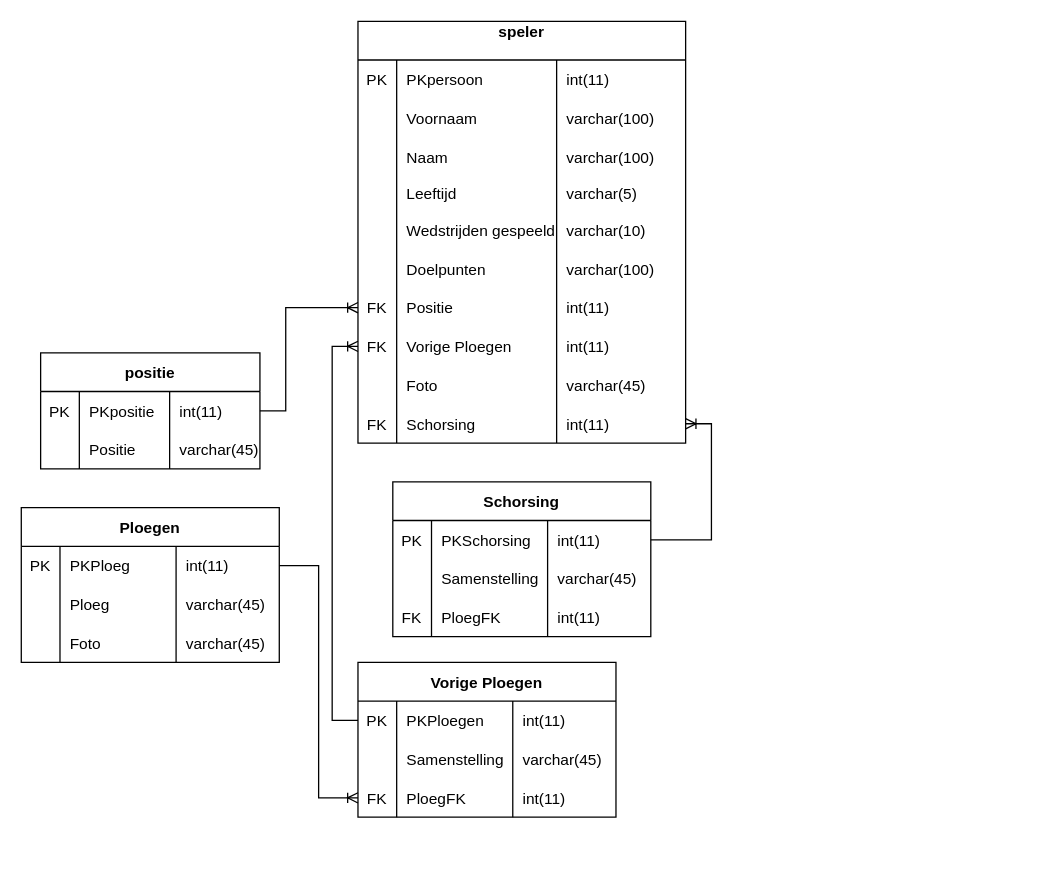
The draw.io diagram Untitled Diagram.drawio in GIP-Qual-IT/Website, before the edit. Source tidied: cells renumbered, new cells numbered last; positions are measured from the earlier drawing's top-left corner, leaving out a move shared by most shapes. Both pictures are drawn from the tidied source at 129%, with x=0, y=0 at pixel (21, 21).
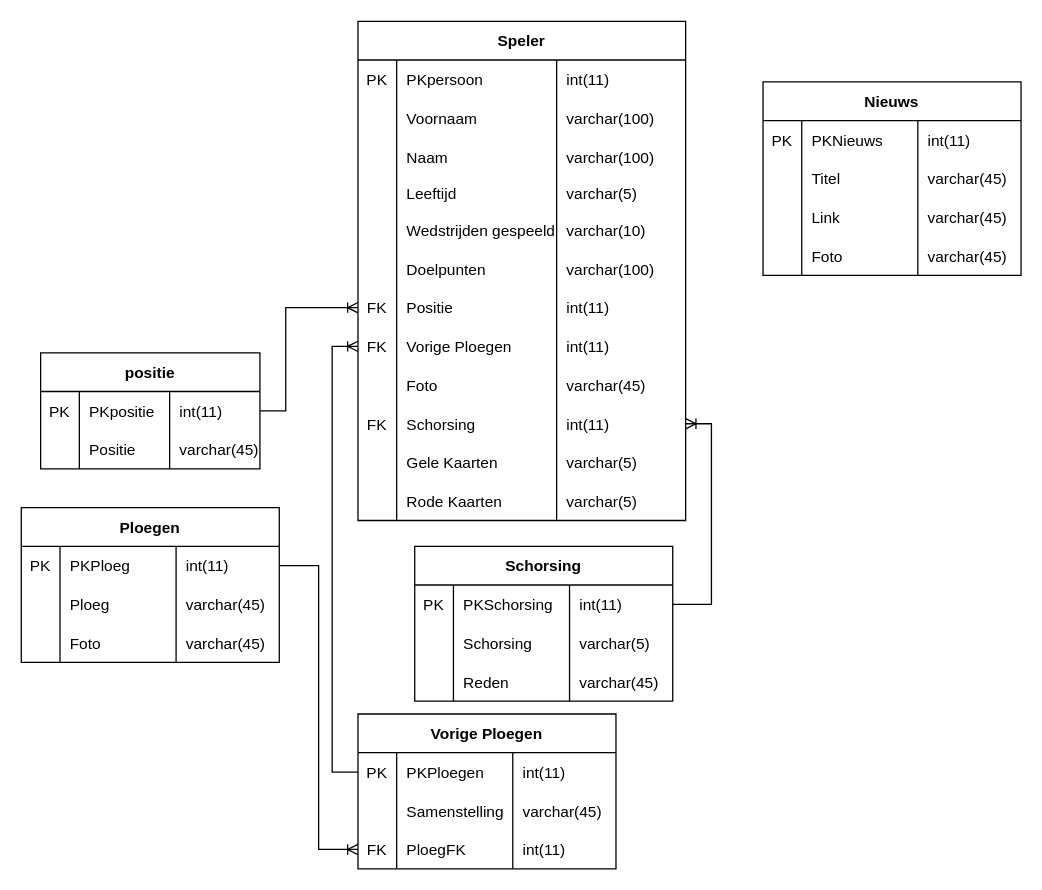
The same page after the edit.

Unchanged cells that the change refers to:
```xml
<mxCell id="52" style="shape=tableRow;horizontal=0;startSize=0;swimlaneHead=0;swimlaneBody=0;fillColor=none;points=[[0,0.5],[1,0.5]];portConstraint=eastwest;top=0;left=0;right=0;bottom=0;rounded=0;" parent="15" vertex="1">
  <mxGeometry y="297" width="254" height="30" as="geometry" />
</mxCell>
<mxCell id="82" style="shape=tableRow;horizontal=0;startSize=0;swimlaneHead=0;swimlaneBody=0;fillColor=none;points=[[0,0.5],[1,0.5]];portConstraint=eastwest;top=0;left=0;right=0;bottom=0;rounded=0;" parent="81" vertex="1">
  <mxGeometry y="30" width="200" height="30" as="geometry" />
</mxCell>
<mxCell id="86" style="shape=tableRow;horizontal=0;startSize=0;swimlaneHead=0;swimlaneBody=0;fillColor=none;top=0;left=0;right=0;bottom=0;rounded=0;" parent="81" vertex="1">
  <mxGeometry y="60" width="200" height="30" as="geometry" />
</mxCell>
<mxCell id="90" style="shape=tableRow;horizontal=0;startSize=0;swimlaneHead=0;swimlaneBody=0;fillColor=none;top=0;left=0;right=0;bottom=0;rounded=0;" parent="81" vertex="1">
  <mxGeometry y="90" width="200" height="30" as="geometry" />
</mxCell>
```

The edit, as a diff of the source:
```diff
@@
-    <mxCell id="15" value="speler&#10;" style="shape=table;startSize=30;childLayout=tableLayout;rowLines=0;fontStyle=1;align=center;rounded=0;" parent="1" vertex="1">
-      <mxGeometry x="261" width="254" height="327" as="geometry" />
+    <mxCell id="15" value="Speler" style="shape=table;startSize=30;childLayout=tableLayout;rowLines=0;fontStyle=1;align=center;rounded=0;" parent="1" vertex="1">
+      <mxGeometry x="261" width="254" height="387" as="geometry" />
     </mxCell>
@@
+    <mxCell id="95" style="shape=tableRow;horizontal=0;startSize=0;swimlaneHead=0;swimlaneBody=0;fillColor=none;top=0;left=0;right=0;bottom=0;rounded=0;" parent="15" vertex="1">
+      <mxGeometry y="327" width="254" height="30" as="geometry" />
+    </mxCell>
+    <mxCell id="96" style="shape=partialRectangle;overflow=hidden;fillColor=none;top=0;left=0;bottom=0;right=0;rounded=0;" parent="95" vertex="1">
+      <mxGeometry width="30" height="30" as="geometry" />
+    </mxCell>
+    <mxCell id="97" value="Gele Kaarten" style="shape=partialRectangle;overflow=hidden;fillColor=none;align=left;top=0;left=0;bottom=0;right=0;spacingLeft=6;rounded=0;" parent="95" vertex="1">
+      <mxGeometry x="30" width="124" height="30" as="geometry" />
+    </mxCell>
+    <mxCell id="98" value="varchar(5)" style="shape=partialRectangle;overflow=hidden;fillColor=none;align=left;top=0;left=0;bottom=0;right=0;spacingLeft=6;rounded=0;" parent="95" vertex="1">
+      <mxGeometry x="154" width="100" height="30" as="geometry" />
+    </mxCell>
+    <mxCell id="99" style="shape=tableRow;horizontal=0;startSize=0;swimlaneHead=0;swimlaneBody=0;fillColor=none;top=0;left=0;right=0;bottom=0;rounded=0;" parent="15" vertex="1">
+      <mxGeometry y="357" width="254" height="30" as="geometry" />
+    </mxCell>
+    <mxCell id="100" style="shape=partialRectangle;overflow=hidden;fillColor=none;top=0;left=0;bottom=0;right=0;rounded=0;" parent="99" vertex="1">
+      <mxGeometry width="30" height="30" as="geometry" />
+    </mxCell>
+    <mxCell id="101" value="Rode Kaarten" style="shape=partialRectangle;overflow=hidden;fillColor=none;align=left;top=0;left=0;bottom=0;right=0;spacingLeft=6;rounded=0;" parent="99" vertex="1">
+      <mxGeometry x="30" width="124" height="30" as="geometry" />
+    </mxCell>
+    <mxCell id="102" value="varchar(5)" style="shape=partialRectangle;overflow=hidden;fillColor=none;align=left;top=0;left=0;bottom=0;right=0;spacingLeft=6;rounded=0;" parent="99" vertex="1">
+      <mxGeometry x="154" width="100" height="30" as="geometry" />
+    </mxCell>
@@
     <mxCell id="66" value="Vorige Ploegen" style="shape=table;startSize=30;childLayout=tableLayout;rowLines=0;fontStyle=1;align=center;rounded=0;" parent="1" vertex="1">
-      <mxGeometry x="261" y="497" width="200" height="120" as="geometry" />
+      <mxGeometry x="261" y="537" width="200" height="120" as="geometry" />
     </mxCell>
@@
     <mxCell id="81" value="Schorsing" style="shape=table;startSize=30;childLayout=tableLayout;rowLines=0;fontStyle=1;align=center;rounded=0;" parent="1" vertex="1">
-      <mxGeometry x="288" y="357" width="200" height="120" as="geometry" />
+      <mxGeometry x="305" y="407" width="200" height="120" as="geometry" />
     </mxCell>
@@
-    <mxCell id="88" value="Samenstelling" style="shape=partialRectangle;overflow=hidden;fillColor=none;align=left;top=0;left=0;bottom=0;right=0;spacingLeft=6;rounded=0;" parent="86" vertex="1">
+    <mxCell id="88" value="Schorsing" style="shape=partialRectangle;overflow=hidden;fillColor=none;align=left;top=0;left=0;bottom=0;right=0;spacingLeft=6;rounded=0;" parent="86" vertex="1">
       <mxGeometry x="30" width="90" height="30" as="geometry" />
     </mxCell>
-    <mxCell id="89" value="varchar(45)" style="shape=partialRectangle;overflow=hidden;fillColor=none;align=left;top=0;left=0;bottom=0;right=0;spacingLeft=6;rounded=0;" parent="86" vertex="1">
+    <mxCell id="89" value="varchar(5)" style="shape=partialRectangle;overflow=hidden;fillColor=none;align=left;top=0;left=0;bottom=0;right=0;spacingLeft=6;rounded=0;" parent="86" vertex="1">
       <mxGeometry x="120" width="80" height="30" as="geometry" />
     </mxCell>
@@
-    <mxCell id="91" value="FK" style="shape=partialRectangle;overflow=hidden;fillColor=none;top=0;left=0;bottom=0;right=0;rounded=0;" parent="90" vertex="1">
+    <mxCell id="91" style="shape=partialRectangle;overflow=hidden;fillColor=none;top=0;left=0;bottom=0;right=0;rounded=0;" parent="90" vertex="1">
       <mxGeometry width="30" height="30" as="geometry" />
     </mxCell>
-    <mxCell id="92" value="PloegFK" style="shape=partialRectangle;overflow=hidden;fillColor=none;align=left;top=0;left=0;bottom=0;right=0;spacingLeft=6;rounded=0;" parent="90" vertex="1">
+    <mxCell id="92" value="Reden" style="shape=partialRectangle;overflow=hidden;fillColor=none;align=left;top=0;left=0;bottom=0;right=0;spacingLeft=6;rounded=0;" parent="90" vertex="1">
       <mxGeometry x="30" width="90" height="30" as="geometry" />
     </mxCell>
-    <mxCell id="93" value="int(11)" style="shape=partialRectangle;overflow=hidden;fillColor=none;align=left;top=0;left=0;bottom=0;right=0;spacingLeft=6;rounded=0;" parent="90" vertex="1">
+    <mxCell id="93" value="varchar(45)" style="shape=partialRectangle;overflow=hidden;fillColor=none;align=left;top=0;left=0;bottom=0;right=0;spacingLeft=6;rounded=0;" parent="90" vertex="1">
       <mxGeometry x="120" width="80" height="30" as="geometry" />
     </mxCell>
     <mxCell id="94" style="edgeStyle=orthogonalEdgeStyle;rounded=0;jettySize=auto;html=1;exitX=1;exitY=0.5;exitDx=0;exitDy=0;entryX=1;entryY=0.5;entryDx=0;entryDy=0;endArrow=ERoneToMany;endFill=0;" parent="1" edge="1" source="82" target="52">
       <mxGeometry relative="1" as="geometry">
         <Array as="points">
-          <mxPoint x="535" y="402" />
+          <mxPoint x="535" y="452" />
           <mxPoint x="535" y="312" />
         </Array>
       </mxGeometry>
     </mxCell>
+    <mxCell id="103" value="Nieuws" style="shape=table;startSize=30;childLayout=tableLayout;rowLines=0;fontStyle=1;align=center;rounded=0;" parent="1" vertex="1">
+      <mxGeometry x="575" y="47" width="200" height="150" as="geometry" />
+    </mxCell>
+    <mxCell id="104" style="shape=tableRow;horizontal=0;startSize=0;swimlaneHead=0;swimlaneBody=0;fillColor=none;top=0;left=0;right=0;bottom=0;rounded=0;" parent="103" vertex="1">
+      <mxGeometry y="30" width="200" height="30" as="geometry" />
+    </mxCell>
+    <mxCell id="105" value="PK" style="shape=partialRectangle;overflow=hidden;fillColor=none;top=0;left=0;bottom=0;right=0;rounded=0;" parent="104" vertex="1">
+      <mxGeometry width="30" height="30" as="geometry" />
+    </mxCell>
+    <mxCell id="106" value="PKNieuws" style="shape=partialRectangle;overflow=hidden;fillColor=none;align=left;top=0;left=0;bottom=0;right=0;spacingLeft=6;rounded=0;" parent="104" vertex="1">
+      <mxGeometry x="30" width="90" height="30" as="geometry" />
+    </mxCell>
+    <mxCell id="107" value="int(11)" style="shape=partialRectangle;overflow=hidden;fillColor=none;align=left;top=0;left=0;bottom=0;right=0;spacingLeft=6;rounded=0;" parent="104" vertex="1">
+      <mxGeometry x="120" width="80" height="30" as="geometry" />
+    </mxCell>
+    <mxCell id="108" style="shape=tableRow;horizontal=0;startSize=0;swimlaneHead=0;swimlaneBody=0;fillColor=none;top=0;left=0;right=0;bottom=0;rounded=0;" parent="103" vertex="1">
+      <mxGeometry y="60" width="200" height="30" as="geometry" />
+    </mxCell>
+    <mxCell id="109" style="shape=partialRectangle;overflow=hidden;fillColor=none;top=0;left=0;bottom=0;right=0;rounded=0;" parent="108" vertex="1">
+      <mxGeometry width="30" height="30" as="geometry" />
+    </mxCell>
+    <mxCell id="110" value="Titel" style="shape=partialRectangle;overflow=hidden;fillColor=none;align=left;top=0;left=0;bottom=0;right=0;spacingLeft=6;rounded=0;" parent="108" vertex="1">
+      <mxGeometry x="30" width="90" height="30" as="geometry" />
+    </mxCell>
+    <mxCell id="111" value="varchar(45)" style="shape=partialRectangle;overflow=hidden;fillColor=none;align=left;top=0;left=0;bottom=0;right=0;spacingLeft=6;rounded=0;" parent="108" vertex="1">
+      <mxGeometry x="120" width="80" height="30" as="geometry" />
+    </mxCell>
+    <mxCell id="112" style="shape=tableRow;horizontal=0;startSize=0;swimlaneHead=0;swimlaneBody=0;fillColor=none;top=0;left=0;right=0;bottom=0;rounded=0;" parent="103" vertex="1">
+      <mxGeometry y="90" width="200" height="30" as="geometry" />
+    </mxCell>
+    <mxCell id="113" style="shape=partialRectangle;overflow=hidden;fillColor=none;top=0;left=0;bottom=0;right=0;rounded=0;" parent="112" vertex="1">
+      <mxGeometry width="30" height="30" as="geometry" />
+    </mxCell>
+    <mxCell id="114" value="Link" style="shape=partialRectangle;overflow=hidden;fillColor=none;align=left;top=0;left=0;bottom=0;right=0;spacingLeft=6;rounded=0;" parent="112" vertex="1">
+      <mxGeometry x="30" width="90" height="30" as="geometry" />
+    </mxCell>
+    <mxCell id="115" value="varchar(45)" style="shape=partialRectangle;overflow=hidden;fillColor=none;align=left;top=0;left=0;bottom=0;right=0;spacingLeft=6;rounded=0;" parent="112" vertex="1">
+      <mxGeometry x="120" width="80" height="30" as="geometry" />
+    </mxCell>
+    <mxCell id="116" style="shape=tableRow;horizontal=0;startSize=0;swimlaneHead=0;swimlaneBody=0;fillColor=none;top=0;left=0;right=0;bottom=0;rounded=0;" parent="103" vertex="1">
+      <mxGeometry y="120" width="200" height="30" as="geometry" />
+    </mxCell>
+    <mxCell id="117" style="shape=partialRectangle;overflow=hidden;fillColor=none;top=0;left=0;bottom=0;right=0;rounded=0;" parent="116" vertex="1">
+      <mxGeometry width="30" height="30" as="geometry" />
+    </mxCell>
+    <mxCell id="118" value="Foto" style="shape=partialRectangle;overflow=hidden;fillColor=none;align=left;top=0;left=0;bottom=0;right=0;spacingLeft=6;rounded=0;" parent="116" vertex="1">
+      <mxGeometry x="30" width="90" height="30" as="geometry" />
+    </mxCell>
+    <mxCell id="119" value="varchar(45)" style="shape=partialRectangle;overflow=hidden;fillColor=none;align=left;top=0;left=0;bottom=0;right=0;spacingLeft=6;rounded=0;" parent="116" vertex="1">
+      <mxGeometry x="120" width="80" height="30" as="geometry" />
+    </mxCell>
```
